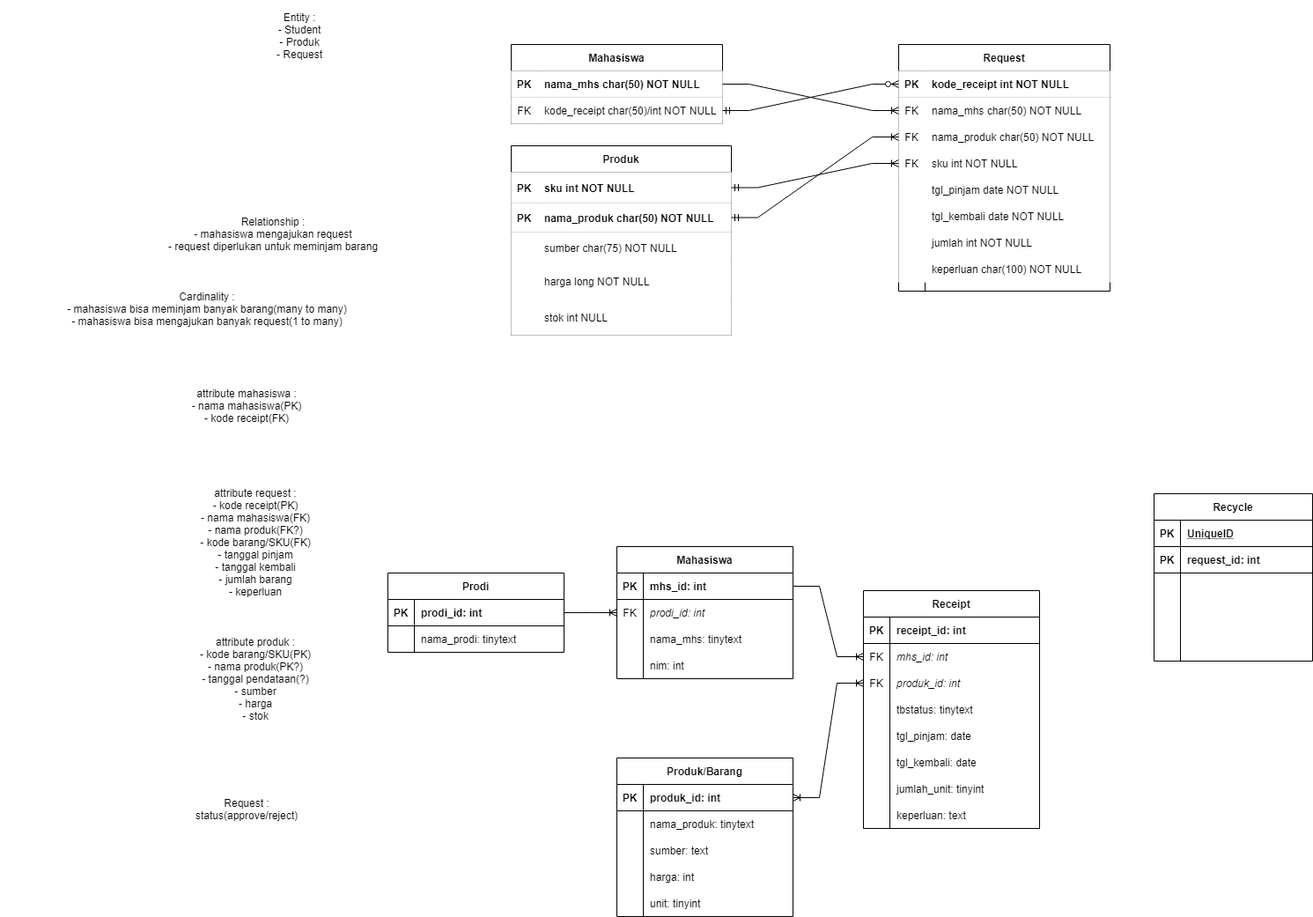
The draw.io diagram diagrams/ER diagram.drawio.png in johannfac/aplikasipeminjamanaset, before a commit. Source tidied: cells renumbered, new cells last; positions are measured from the earlier drawing's top-left corner, leaving out a move shared by most shapes.
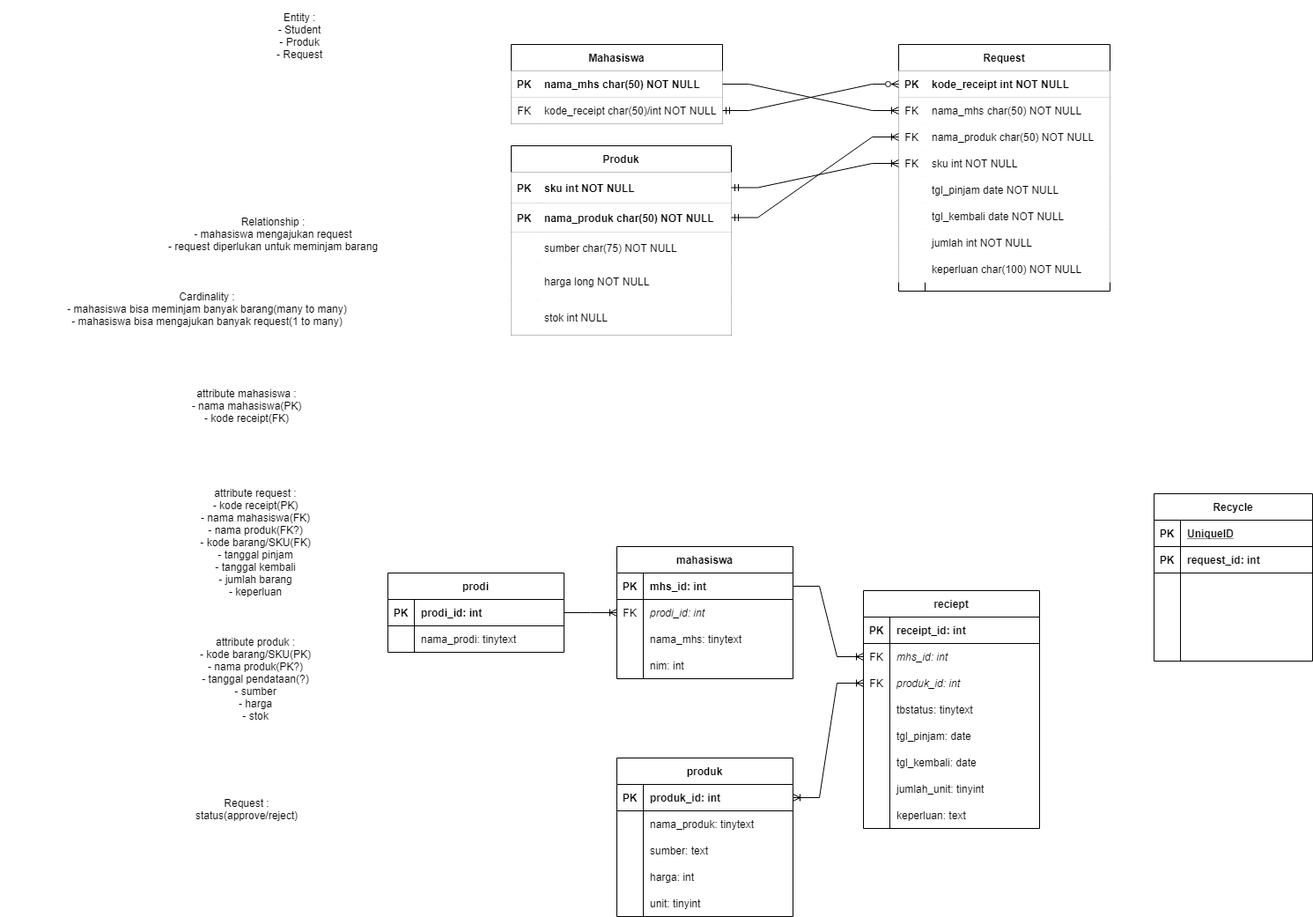
Later version of the same file.

Diff of the diagram source:
```diff
@@ -176,7 +176,7 @@
     <mxCell id="59" style="edgeStyle=entityRelationEdgeStyle;fontSize=12;html=1;endArrow=ERoneToMany;startArrow=ERmandOne;rounded=0;labelBackgroundColor=default;fontColor=default;strokeColor=default;exitX=1;exitY=0.5;exitDx=0;exitDy=0;entryX=0;entryY=0.5;entryDx=0;entryDy=0;fillColor=default;" parent="1" edge="1" source="44" target="9">
       <mxGeometry relative="1" as="geometry" />
     </mxCell>
-    <mxCell id="60" value="Mahasiswa" style="shape=table;startSize=30;rowLines=0;fontStyle=1;align=center;fontColor=default;strokeColor=default;fillColor=none;" parent="1" vertex="1">
+    <mxCell id="60" value="mahasiswa" style="shape=table;startSize=30;rowLines=0;fontStyle=1;align=center;fontColor=default;strokeColor=default;fillColor=none;" parent="1" vertex="1">
       <mxGeometry x="700" y="620" width="200" height="150" as="geometry" />
     </mxCell>
     <mxCell id="61" style="shape=partialRectangle;fillColor=none;top=0;left=0;bottom=1;right=0;points=[[0,0.5],[1,0.5]];portConstraint=eastwest;fontColor=default;strokeColor=default;" parent="60" vertex="1">
@@ -215,7 +215,7 @@
     <mxCell id="72" value="nim: int" style="shape=partialRectangle;fillColor=none;top=0;left=0;bottom=0;right=0;align=left;spacingLeft=6;overflow=hidden;fontColor=default;strokeColor=default;" parent="70" vertex="1">
       <mxGeometry x="30" width="170" height="30" as="geometry" />
     </mxCell>
-    <mxCell id="73" value="Produk/Barang" style="shape=table;startSize=30;rowLines=0;fontStyle=1;align=center;fontColor=default;strokeColor=default;fillColor=none;" parent="1" vertex="1">
+    <mxCell id="73" value="produk" style="shape=table;startSize=30;rowLines=0;fontStyle=1;align=center;fontColor=default;strokeColor=default;fillColor=none;" parent="1" vertex="1">
       <mxGeometry x="700" y="860" width="200" height="180" as="geometry" />
     </mxCell>
     <mxCell id="74" style="shape=partialRectangle;fillColor=none;top=0;left=0;bottom=1;right=0;points=[[0,0.5],[1,0.5]];portConstraint=eastwest;fontColor=default;strokeColor=default;" parent="73" vertex="1">
@@ -263,7 +263,7 @@
     <mxCell id="88" value="unit: tinyint" style="shape=partialRectangle;fillColor=none;top=0;left=0;bottom=0;right=0;align=left;spacingLeft=6;overflow=hidden;fontColor=default;strokeColor=default;" parent="86" vertex="1">
       <mxGeometry x="30" width="170" height="30" as="geometry" />
     </mxCell>
-    <mxCell id="89" value="Receipt" style="shape=table;startSize=30;rowLines=0;fontStyle=1;align=center;fontColor=default;strokeColor=default;fillColor=none;" parent="1" vertex="1">
+    <mxCell id="89" value="reciept" style="shape=table;startSize=30;rowLines=0;fontStyle=1;align=center;fontColor=default;strokeColor=default;fillColor=none;" parent="1" vertex="1">
       <mxGeometry x="980" y="670" width="200" height="270" as="geometry" />
     </mxCell>
     <mxCell id="90" style="shape=partialRectangle;fillColor=none;top=0;left=0;bottom=1;right=0;fontColor=default;strokeColor=default;" parent="89" vertex="1">
@@ -392,7 +392,7 @@
     <mxCell id="131" style="edgeStyle=entityRelationEdgeStyle;fontSize=12;html=1;endArrow=ERoneToMany;startArrow=ERoneToMany;rounded=0;labelBackgroundColor=default;fontColor=default;strokeColor=default;fillColor=default;exitX=0;exitY=0.5;exitDx=0;exitDy=0;entryX=1;entryY=0.5;entryDx=0;entryDy=0;" parent="1" edge="1" source="96" target="74">
       <mxGeometry relative="1" as="geometry" />
     </mxCell>
-    <mxCell id="132" value="Prodi" style="shape=table;startSize=30;rowLines=0;fontStyle=1;align=center;fontColor=default;strokeColor=default;fillColor=none;" parent="1" vertex="1">
+    <mxCell id="132" value="prodi" style="shape=table;startSize=30;rowLines=0;fontStyle=1;align=center;fontColor=default;strokeColor=default;fillColor=none;" parent="1" vertex="1">
       <mxGeometry x="440" y="650" width="200" height="90" as="geometry" />
     </mxCell>
     <mxCell id="133" style="shape=partialRectangle;fillColor=none;top=0;left=0;bottom=1;right=0;points=[[0,0.5],[1,0.5]];portConstraint=eastwest;fontColor=default;strokeColor=default;" parent="132" vertex="1">
```
